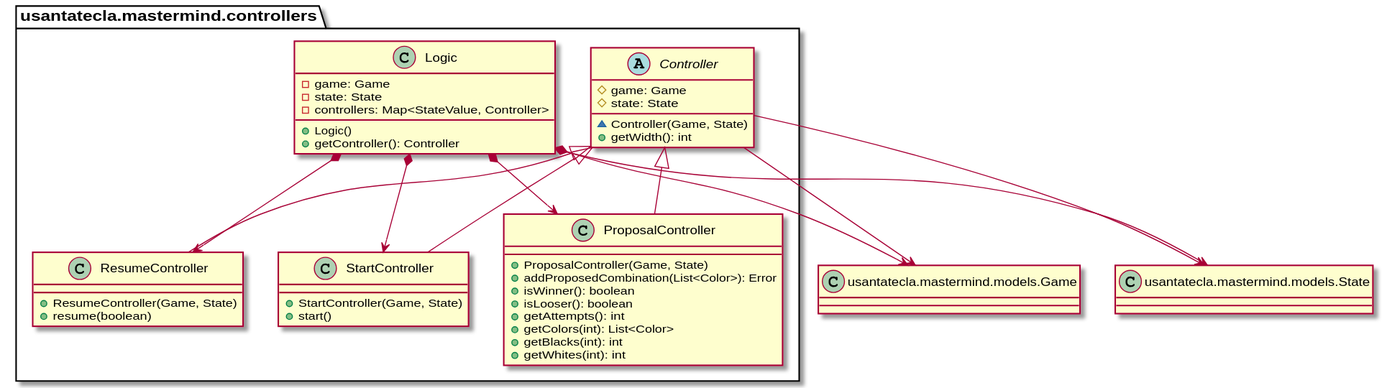
This is modelViewPresenter/presentationModel/withDoubleDispatching/docs/diagrams/out/paquetes/usantatecla.mastermind.controllers.svg from SantaTecla-mastermind/solution.java.swing.socket.sql, a PlantUML export, as it was before one commit.
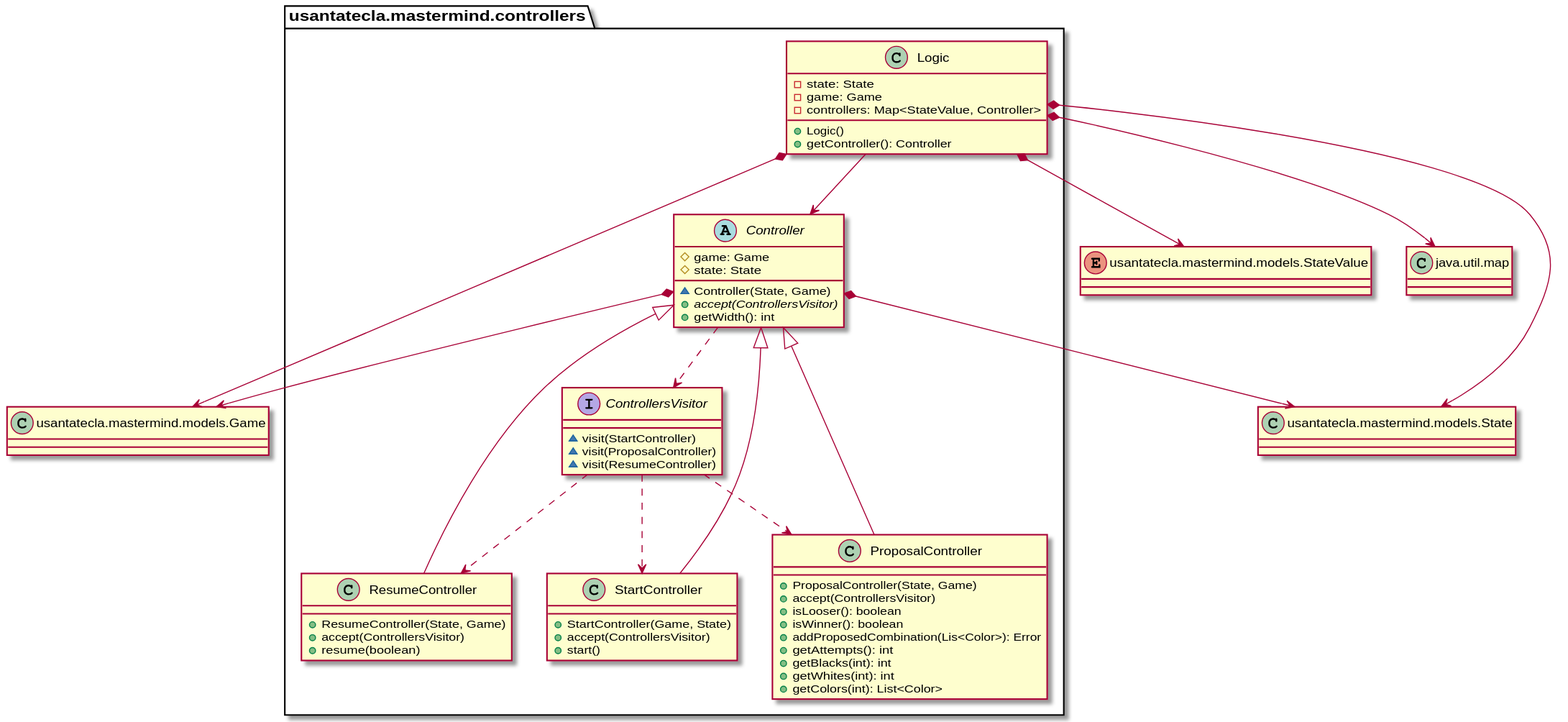
After the change.

What changed in the source:
```diff
@@ -9,48 +9,69 @@
 
 }
 
-abstract class  usantatecla.mastermind.controllers.Controller{
+Enum StateValue as "usantatecla.mastermind.models.StateValue" {
+
+
+}
+
+class Map as "java.util.map"
+
+abstract class usantatecla.mastermind.controllers.Controller{
 # game: Game
 # state: State
-~ Controller(Game, State)
+~ Controller(State, Game)
++ {abstract} accept(ControllersVisitor)
 + getWidth(): int
 }
-usantatecla.mastermind.controllers.Controller -down-> Game
-usantatecla.mastermind.controllers.Controller -down-> State
+usantatecla.mastermind.controllers.Controller *-down-> State
+usantatecla.mastermind.controllers.Controller *-down-> Game
+usantatecla.mastermind.controllers.Controller ..> usantatecla.mastermind.controllers.ControllersVisitor
+
+interface usantatecla.mastermind.controllers.ControllersVisitor{
+~ visit(StartController)
+~ visit(ProposalController)
+~ visit(ResumeController)
+}
+usantatecla.mastermind.controllers.ControllersVisitor ..> usantatecla.mastermind.controllers.ResumeController
+usantatecla.mastermind.controllers.ControllersVisitor ..> usantatecla.mastermind.controllers.StartController
+usantatecla.mastermind.controllers.ControllersVisitor ..> usantatecla.mastermind.controllers.ProposalController
 
 class  usantatecla.mastermind.controllers.Logic{
+- state: State
 - game: Game
-- state: State
 - controllers: Map<StateValue, Controller>
 + Logic()
 + getController(): Controller
 }
-usantatecla.mastermind.controllers.Logic *-down-> usantatecla.mastermind.controllers.ResumeController
-usantatecla.mastermind.controllers.Logic *-down-> usantatecla.mastermind.controllers.StartController
-usantatecla.mastermind.controllers.Logic *-down-> usantatecla.mastermind.controllers.ProposalController
+usantatecla.mastermind.controllers.Logic *-down-> StateValue
+usantatecla.mastermind.controllers.Logic *-down-> State
+usantatecla.mastermind.controllers.Logic *-down-> Map
 usantatecla.mastermind.controllers.Logic *-down-> Game
-usantatecla.mastermind.controllers.Logic *-down-> State
+usantatecla.mastermind.controllers.Logic --> usantatecla.mastermind.controllers.Controller
 
 class  usantatecla.mastermind.controllers.ProposalController{
-+ ProposalController(Game, State)
-+ addProposedCombination(List<Color>): Error
++ ProposalController(State, Game)
++ accept(ControllersVisitor)
++ isLooser(): boolean
 + isWinner(): boolean
-+ isLooser(): boolean
++ addProposedCombination(Lis<Color>): Error
 + getAttempts(): int
-+ getColors(int): List<Color>
 + getBlacks(int): int
 + getWhites(int): int
++ getColors(int): List<Color>
 }
 usantatecla.mastermind.controllers.Controller <|-down- usantatecla.mastermind.controllers.ProposalController
 
 class  usantatecla.mastermind.controllers.ResumeController{
-+ ResumeController(Game, State)
++ ResumeController(State, Game)
++ accept(ControllersVisitor)
 + resume(boolean)
 }
 usantatecla.mastermind.controllers.Controller <|-down- usantatecla.mastermind.controllers.ResumeController
 
 class  usantatecla.mastermind.controllers.StartController{
 + StartController(Game, State)
++ accept(ControllersVisitor)
 + start()
 }
 usantatecla.mastermind.controllers.Controller <|-down- usantatecla.mastermind.controllers.StartController
```
